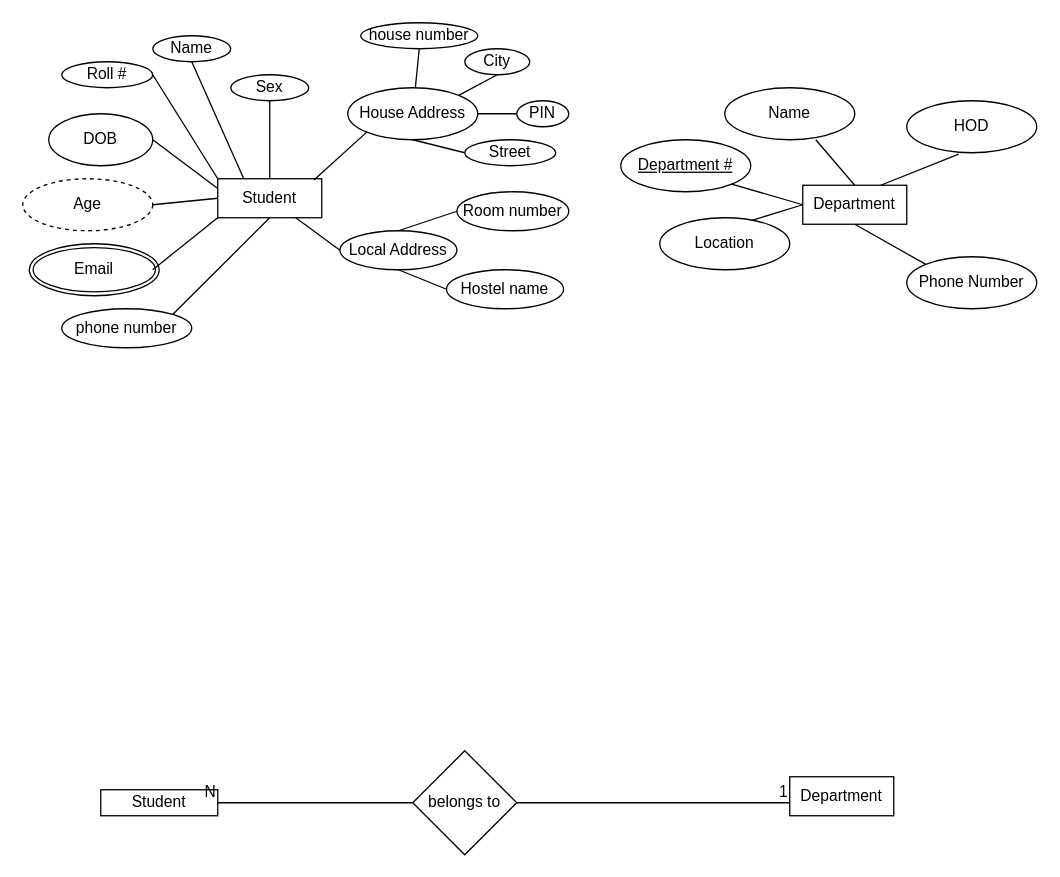
Earlier version of the draw.io diagram draw_io/Untitled Diagram.drawio (nashurgessa/DB-practices). Source tidied: cells renumbered, new cells numbered last; positions are measured from the earlier drawing's top-left corner, leaving out a move shared by most shapes. Both pictures are drawn from the tidied source at 130%, with x=0, y=0 at pixel (22, 22).
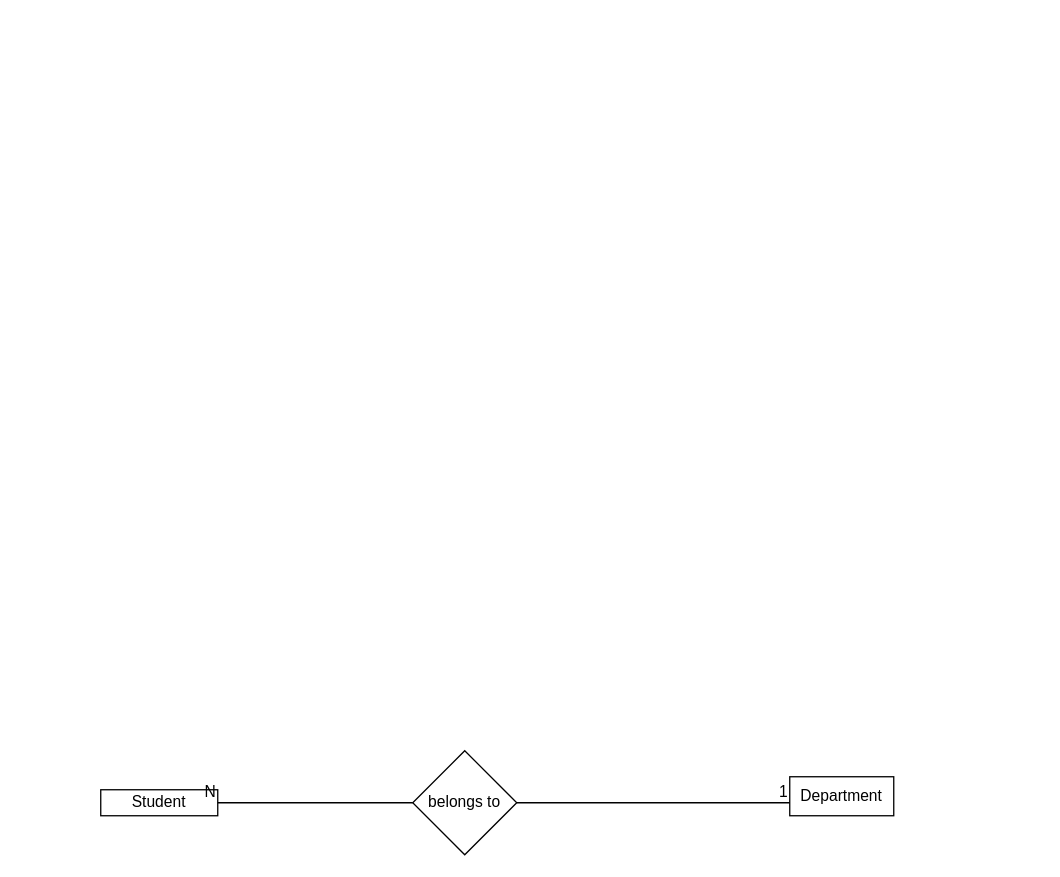
Above is the later version.

What changed in the source:
```diff
@@
-    <mxCell id="2" value="Student" style="rounded=0;whiteSpace=wrap;html=1;" parent="1" vertex="1">
-      <mxGeometry x="150" y="120" width="80" height="30" as="geometry" />
-    </mxCell>
-    <mxCell id="3" value="Name" style="ellipse;whiteSpace=wrap;html=1;" parent="1" vertex="1">
-      <mxGeometry x="100" y="10" width="60" height="20" as="geometry" />
-    </mxCell>
-    <mxCell id="4" value="Roll #" style="ellipse;whiteSpace=wrap;html=1;" parent="1" vertex="1">
-      <mxGeometry x="30" y="30" width="70" height="20" as="geometry" />
-    </mxCell>
-    <mxCell id="5" style="endArrow=none;html=1;rounded=0;" parent="1" edge="1">
-      <mxGeometry relative="1" as="geometry">
-        <mxPoint x="30" y="80" as="sourcePoint" />
-        <mxPoint x="80" y="80" as="targetPoint" />
-        <Array as="points">
-          <mxPoint x="30" y="80" />
-        </Array>
-      </mxGeometry>
-    </mxCell>
-    <mxCell id="6" value="Sex" style="ellipse;whiteSpace=wrap;html=1;" parent="1" vertex="1">
-      <mxGeometry x="160" y="40" width="60" height="20" as="geometry" />
-    </mxCell>
-    <mxCell id="7" value="phone number" style="ellipse;whiteSpace=wrap;html=1;" parent="1" vertex="1">
-      <mxGeometry x="30" y="220" width="100" height="30" as="geometry" />
-    </mxCell>
-    <mxCell id="8" value="DOB" style="ellipse;whiteSpace=wrap;html=1;" parent="1" vertex="1">
-      <mxGeometry x="20" y="70" width="80" height="40" as="geometry" />
-    </mxCell>
-    <mxCell id="9" value="Age" style="ellipse;whiteSpace=wrap;html=1;align=center;dashed=1;" parent="1" vertex="1">
-      <mxGeometry y="120" width="100" height="40" as="geometry" />
-    </mxCell>
-    <mxCell id="10" value="Email" style="ellipse;shape=doubleEllipse;margin=3;whiteSpace=wrap;html=1;align=center;" parent="1" vertex="1">
-      <mxGeometry x="5" y="170" width="100" height="40" as="geometry" />
-    </mxCell>
-    <mxCell id="11" value="Local Address" style="ellipse;whiteSpace=wrap;html=1;align=center;" parent="1" vertex="1">
-      <mxGeometry x="244" y="160" width="90" height="30" as="geometry" />
-    </mxCell>
-    <mxCell id="12" value="Hostel name" style="ellipse;whiteSpace=wrap;html=1;align=center;" parent="1" vertex="1">
-      <mxGeometry x="326" y="190" width="90" height="30" as="geometry" />
-    </mxCell>
-    <mxCell id="13" value="Room number" style="ellipse;whiteSpace=wrap;html=1;align=center;" parent="1" vertex="1">
-      <mxGeometry x="334" y="130" width="86" height="30" as="geometry" />
-    </mxCell>
-    <mxCell id="14" value="House Address" style="ellipse;whiteSpace=wrap;html=1;align=center;" parent="1" vertex="1">
-      <mxGeometry x="250" y="50" width="100" height="40" as="geometry" />
-    </mxCell>
-    <mxCell id="15" value="house number" style="ellipse;whiteSpace=wrap;html=1;align=center;" parent="1" vertex="1">
-      <mxGeometry x="260" width="90" height="20" as="geometry" />
-    </mxCell>
-    <mxCell id="16" value="Street" style="ellipse;whiteSpace=wrap;html=1;align=center;" parent="1" vertex="1">
-      <mxGeometry x="340" y="90" width="70" height="20" as="geometry" />
-    </mxCell>
-    <mxCell id="17" value="City" style="ellipse;whiteSpace=wrap;html=1;align=center;" parent="1" vertex="1">
-      <mxGeometry x="340" y="20" width="50" height="20" as="geometry" />
-    </mxCell>
-    <mxCell id="18" value="PIN" style="ellipse;whiteSpace=wrap;html=1;align=center;" parent="1" vertex="1">
-      <mxGeometry x="380" y="60" width="40" height="20" as="geometry" />
-    </mxCell>
-    <mxCell id="19" style="endArrow=none;html=1;rounded=0;exitX=0.5;exitY=1;exitDx=0;exitDy=0;entryX=0;entryY=0.5;entryDx=0;entryDy=0;" parent="1" edge="1" source="11" target="12">
-      <mxGeometry relative="1" as="geometry" />
-    </mxCell>
-    <mxCell id="20" style="endArrow=none;html=1;rounded=0;exitX=0.5;exitY=0;exitDx=0;exitDy=0;entryX=0;entryY=0.5;entryDx=0;entryDy=0;" parent="1" edge="1" source="11" target="13">
-      <mxGeometry relative="1" as="geometry" />
-    </mxCell>
-    <mxCell id="21" style="endArrow=none;html=1;rounded=0;exitX=0.75;exitY=1;exitDx=0;exitDy=0;entryX=0;entryY=0.5;entryDx=0;entryDy=0;" parent="1" edge="1" source="2" target="11">
-      <mxGeometry relative="1" as="geometry" />
-    </mxCell>
-    <mxCell id="22" style="endArrow=none;html=1;rounded=0;entryX=0;entryY=1;entryDx=0;entryDy=0;exitX=0.925;exitY=0.033;exitDx=0;exitDy=0;exitPerimeter=0;" parent="1" edge="1" source="2" target="14">
-      <mxGeometry relative="1" as="geometry" />
-    </mxCell>
-    <mxCell id="23" style="endArrow=none;html=1;rounded=0;entryX=0;entryY=0.5;entryDx=0;entryDy=0;exitX=0.5;exitY=1;exitDx=0;exitDy=0;" parent="1" edge="1" source="14" target="16">
-      <mxGeometry relative="1" as="geometry" />
-    </mxCell>
-    <mxCell id="24" style="endArrow=none;html=1;rounded=0;entryX=0;entryY=0.5;entryDx=0;entryDy=0;exitX=1;exitY=0.5;exitDx=0;exitDy=0;" parent="1" edge="1" source="14" target="18">
-      <mxGeometry relative="1" as="geometry" />
-    </mxCell>
-    <mxCell id="25" style="endArrow=none;html=1;rounded=0;entryX=0.5;entryY=1;entryDx=0;entryDy=0;exitX=1;exitY=0;exitDx=0;exitDy=0;" parent="1" edge="1" source="14" target="17">
-      <mxGeometry relative="1" as="geometry" />
-    </mxCell>
-    <mxCell id="26" style="endArrow=none;html=1;rounded=0;entryX=0.5;entryY=1;entryDx=0;entryDy=0;" parent="1" edge="1" source="14" target="15">
-      <mxGeometry relative="1" as="geometry" />
-    </mxCell>
-    <mxCell id="27" style="endArrow=none;html=1;rounded=0;entryX=0.5;entryY=1;entryDx=0;entryDy=0;exitX=0.5;exitY=0;exitDx=0;exitDy=0;" parent="1" edge="1" source="2" target="6">
-      <mxGeometry relative="1" as="geometry" />
-    </mxCell>
-    <mxCell id="28" style="endArrow=none;html=1;rounded=0;entryX=0.5;entryY=1;entryDx=0;entryDy=0;exitX=0.25;exitY=0;exitDx=0;exitDy=0;" parent="1" edge="1" source="2" target="3">
-      <mxGeometry relative="1" as="geometry" />
-    </mxCell>
-    <mxCell id="29" style="endArrow=none;html=1;rounded=0;entryX=1;entryY=0.5;entryDx=0;entryDy=0;exitX=0;exitY=0;exitDx=0;exitDy=0;" parent="1" edge="1" source="2" target="4">
-      <mxGeometry relative="1" as="geometry" />
-    </mxCell>
-    <mxCell id="30" style="endArrow=none;html=1;rounded=0;entryX=1;entryY=0.5;entryDx=0;entryDy=0;exitX=0;exitY=0.25;exitDx=0;exitDy=0;" parent="1" edge="1" source="2" target="8">
-      <mxGeometry relative="1" as="geometry" />
-    </mxCell>
-    <mxCell id="31" style="endArrow=none;html=1;rounded=0;entryX=1;entryY=0.5;entryDx=0;entryDy=0;exitX=0;exitY=0.5;exitDx=0;exitDy=0;" parent="1" edge="1" source="2" target="9">
-      <mxGeometry relative="1" as="geometry" />
-    </mxCell>
-    <mxCell id="32" style="endArrow=none;html=1;rounded=0;exitX=0;exitY=1;exitDx=0;exitDy=0;" parent="1" edge="1" source="2">
-      <mxGeometry relative="1" as="geometry">
-        <mxPoint x="100" y="190" as="targetPoint" />
-      </mxGeometry>
-    </mxCell>
-    <mxCell id="33" style="endArrow=none;html=1;rounded=0;entryX=0.5;entryY=1;entryDx=0;entryDy=0;exitX=1;exitY=0;exitDx=0;exitDy=0;" parent="1" edge="1" source="7" target="2">
-      <mxGeometry relative="1" as="geometry" />
-    </mxCell>
-    <mxCell id="34" value="Department" style="rounded=0;whiteSpace=wrap;html=1;" parent="1" vertex="1">
-      <mxGeometry x="600" y="125" width="80" height="30" as="geometry" />
-    </mxCell>
-    <mxCell id="35" value="Name" style="ellipse;whiteSpace=wrap;html=1;align=center;" parent="1" vertex="1">
-      <mxGeometry x="540" y="50" width="100" height="40" as="geometry" />
-    </mxCell>
-    <mxCell id="36" value="Department #" style="ellipse;whiteSpace=wrap;html=1;align=center;fontStyle=4;" parent="1" vertex="1">
-      <mxGeometry x="460" y="90" width="100" height="40" as="geometry" />
-    </mxCell>
-    <mxCell id="37" value="Location" style="ellipse;whiteSpace=wrap;html=1;align=center;" parent="1" vertex="1">
-      <mxGeometry x="490" y="150" width="100" height="40" as="geometry" />
-    </mxCell>
-    <mxCell id="38" value="Phone Number" style="ellipse;whiteSpace=wrap;html=1;align=center;" parent="1" vertex="1">
-      <mxGeometry x="680" y="180" width="100" height="40" as="geometry" />
-    </mxCell>
-    <mxCell id="39" value="HOD" style="ellipse;whiteSpace=wrap;html=1;align=center;" parent="1" vertex="1">
-      <mxGeometry x="680" y="60" width="100" height="40" as="geometry" />
-    </mxCell>
-    <mxCell id="40" style="endArrow=none;html=1;rounded=0;entryX=0;entryY=0.5;entryDx=0;entryDy=0;exitX=0.71;exitY=0.05;exitDx=0;exitDy=0;exitPerimeter=0;" parent="1" edge="1" source="37" target="34">
-      <mxGeometry relative="1" as="geometry" />
-    </mxCell>
-    <mxCell id="41" style="endArrow=none;html=1;rounded=0;exitX=1;exitY=1;exitDx=0;exitDy=0;" parent="1" edge="1" source="36">
-      <mxGeometry relative="1" as="geometry">
-        <mxPoint x="600" y="140" as="targetPoint" />
-      </mxGeometry>
-    </mxCell>
-    <mxCell id="42" style="endArrow=none;html=1;rounded=0;entryX=0.5;entryY=0;entryDx=0;entryDy=0;exitX=0.7;exitY=1;exitDx=0;exitDy=0;exitPerimeter=0;" parent="1" edge="1" source="35" target="34">
-      <mxGeometry relative="1" as="geometry" />
-    </mxCell>
-    <mxCell id="43" style="endArrow=none;html=1;rounded=0;entryX=0.4;entryY=1.025;entryDx=0;entryDy=0;entryPerimeter=0;exitX=0.75;exitY=0;exitDx=0;exitDy=0;" parent="1" edge="1" source="34" target="39">
-      <mxGeometry relative="1" as="geometry" />
-    </mxCell>
-    <mxCell id="44" style="endArrow=none;html=1;rounded=0;entryX=0;entryY=0;entryDx=0;entryDy=0;exitX=0.5;exitY=1;exitDx=0;exitDy=0;" parent="1" edge="1" source="34" target="38">
-      <mxGeometry relative="1" as="geometry" />
-    </mxCell>
```
